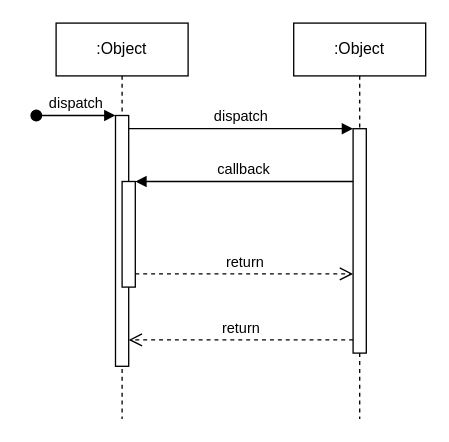
keyuancy/sql keeps this draw.io diagram as 02_activities/homework/Untitled Diagram.drawio. Above is the earlier version. Source tidied: cells renumbered, new cells numbered last; positions are measured from the earlier drawing's top-left corner, leaving out a move shared by most shapes. Both pictures are drawn from the tidied source at 132%, with x=0, y=0 at pixel (36, 22).
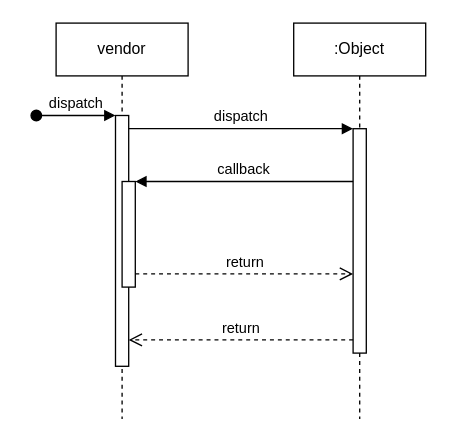
Above is the later version.

Diff of the diagram source:
```diff
@@
 <mxGraphModel>
   <root>
     <mxCell id="0" />
     <mxCell id="1" parent="0" />
-    <mxCell id="2" value=":Object" style="shape=umlLifeline;perimeter=lifelinePerimeter;whiteSpace=wrap;html=1;newEdgeStyle={&quot;edgeStyle&quot;:&quot;elbowEdgeStyle&quot;,&quot;elbow&quot;:&quot;vertical&quot;,&quot;curved&quot;:0,&quot;rounded&quot;:0};" parent="1" vertex="1">
+    <mxCell id="2" value="vendor" style="shape=umlLifeline;perimeter=lifelinePerimeter;whiteSpace=wrap;html=1;newEdgeStyle={&quot;edgeStyle&quot;:&quot;elbowEdgeStyle&quot;,&quot;elbow&quot;:&quot;vertical&quot;,&quot;curved&quot;:0,&quot;rounded&quot;:0};" parent="1" vertex="1">
       <mxGeometry x="15" width="100" height="300" as="geometry" />
     </mxCell>
     <mxCell id="3" style="html=1;points=[];perimeter=orthogonalPerimeter;outlineConnect=0;targetShapes=umlLifeline;portConstraint=eastwest;newEdgeStyle={&quot;edgeStyle&quot;:&quot;elbowEdgeStyle&quot;,&quot;elbow&quot;:&quot;vertical&quot;,&quot;curved&quot;:0,&quot;rounded&quot;:0};" parent="2" vertex="1">
       <mxGeometry x="45" y="70" width="10" height="190" as="geometry" />
     </mxCell>
     <mxCell id="4" value="dispatch" style="html=1;verticalAlign=bottom;startArrow=oval;endArrow=block;startSize=8;edgeStyle=elbowEdgeStyle;elbow=vertical;curved=0;rounded=0;" parent="2" edge="1" target="3">
       <mxGeometry relative="1" as="geometry">
         <mxPoint x="-15" y="70" as="sourcePoint" />
       </mxGeometry>
     </mxCell>
     <mxCell id="5" style="html=1;points=[];perimeter=orthogonalPerimeter;outlineConnect=0;targetShapes=umlLifeline;portConstraint=eastwest;newEdgeStyle={&quot;edgeStyle&quot;:&quot;elbowEdgeStyle&quot;,&quot;elbow&quot;:&quot;vertical&quot;,&quot;curved&quot;:0,&quot;rounded&quot;:0};" parent="2" vertex="1">
       <mxGeometry x="50" y="120" width="10" height="80" as="geometry" />
     </mxCell>
     <mxCell id="6" value=":Object" style="shape=umlLifeline;perimeter=lifelinePerimeter;whiteSpace=wrap;html=1;newEdgeStyle={&quot;edgeStyle&quot;:&quot;elbowEdgeStyle&quot;,&quot;elbow&quot;:&quot;vertical&quot;,&quot;curved&quot;:0,&quot;rounded&quot;:0};" parent="1" vertex="1">
       <mxGeometry x="195" width="100" height="300" as="geometry" />
     </mxCell>
     <mxCell id="7" style="html=1;points=[];perimeter=orthogonalPerimeter;outlineConnect=0;targetShapes=umlLifeline;portConstraint=eastwest;newEdgeStyle={&quot;edgeStyle&quot;:&quot;elbowEdgeStyle&quot;,&quot;elbow&quot;:&quot;vertical&quot;,&quot;curved&quot;:0,&quot;rounded&quot;:0};" parent="6" vertex="1">
       <mxGeometry x="45" y="80" width="10" height="170" as="geometry" />
     </mxCell>
     <mxCell id="8" value="dispatch" style="html=1;verticalAlign=bottom;endArrow=block;edgeStyle=elbowEdgeStyle;elbow=vertical;curved=0;rounded=0;" parent="1" edge="1" source="3" target="7">
       <mxGeometry relative="1" as="geometry">
         <Array as="points">
           <mxPoint x="155" y="80" />
         </Array>
       </mxGeometry>
     </mxCell>
     <mxCell id="9" value="return" style="html=1;verticalAlign=bottom;endArrow=open;dashed=1;endSize=8;edgeStyle=elbowEdgeStyle;elbow=vertical;curved=0;rounded=0;" parent="1" edge="1" source="7" target="3">
       <mxGeometry relative="1" as="geometry">
         <Array as="points">
           <mxPoint x="165" y="240" />
         </Array>
       </mxGeometry>
     </mxCell>
     <mxCell id="10" value="callback" style="html=1;verticalAlign=bottom;endArrow=block;edgeStyle=elbowEdgeStyle;elbow=vertical;curved=0;rounded=0;" parent="1" edge="1" source="7" target="5">
       <mxGeometry relative="1" as="geometry">
         <Array as="points">
           <mxPoint x="165" y="120" />
         </Array>
       </mxGeometry>
     </mxCell>
     <mxCell id="11" value="return" style="html=1;verticalAlign=bottom;endArrow=open;dashed=1;endSize=8;edgeStyle=elbowEdgeStyle;elbow=vertical;curved=0;rounded=0;" parent="1" edge="1" source="5" target="7">
       <mxGeometry relative="1" as="geometry">
         <Array as="points">
           <mxPoint x="155" y="190" />
         </Array>
       </mxGeometry>
     </mxCell>
   </root>
 </mxGraphModel>
```
